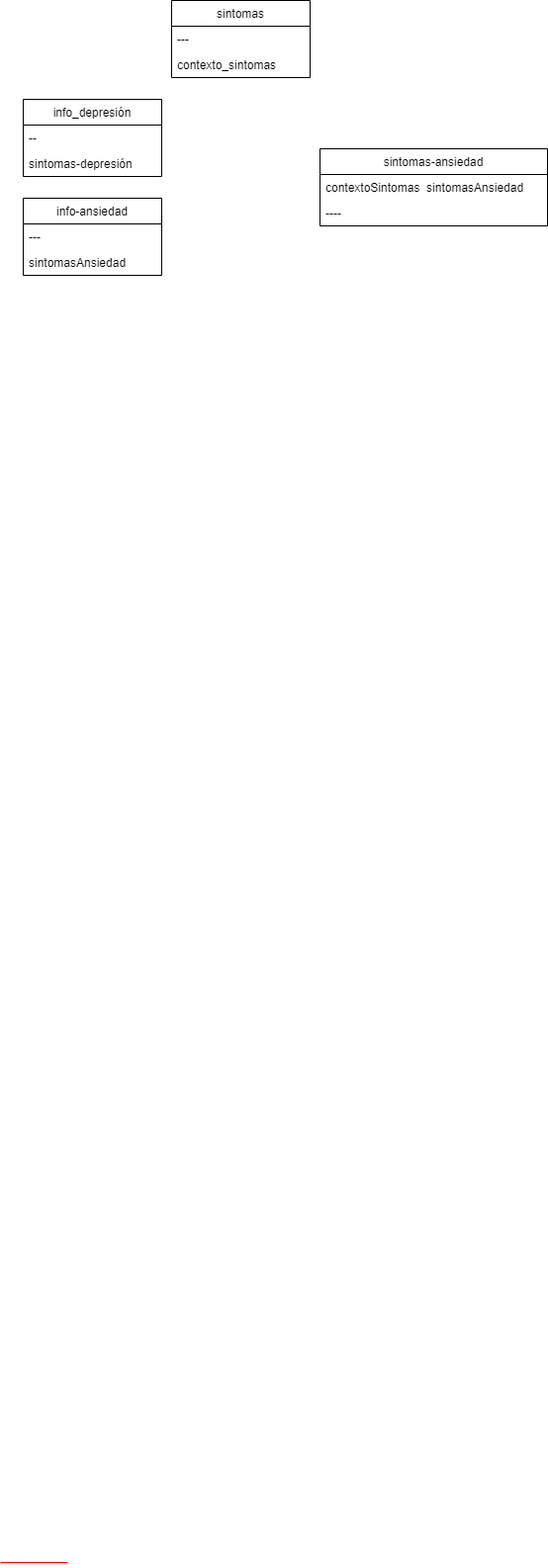
DavidMerino25/AppAnsiedadHerramientas keeps this draw.io diagram as images/intents.drawio.png. Above is the earlier version. Source tidied: cells renumbered, new cells last; positions are measured from the earlier drawing's top-left corner, leaving out a move shared by most shapes.
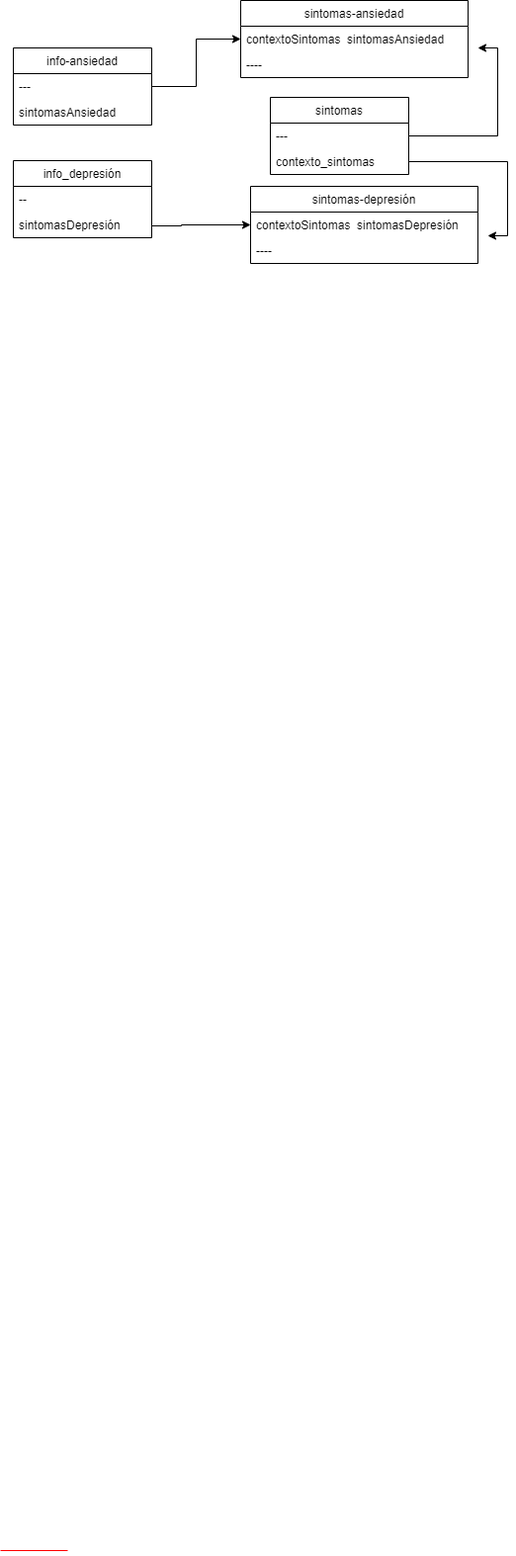
The same diagram one commit later.

The edit, as a diff of the source:
```diff
@@ -5,8 +5,11 @@
     <mxCell id="2" style="line;strokeWidth=1;html=1;rounded=1;fontSize=12;align=center;verticalAlign=middle;strokeColor=#FF0000;endFill=1;endArrow=classic;endSize=10;startSize=10;" parent="1" vertex="1">
       <mxGeometry y="1575" width="68" height="10" as="geometry" />
     </mxCell>
+    <mxCell id="15" style="edgeStyle=orthogonalEdgeStyle;rounded=0;jettySize=auto;html=1;entryX=0;entryY=0.5;entryDx=0;entryDy=0;" parent="1" edge="1" source="3" target="13">
+      <mxGeometry relative="1" as="geometry" />
+    </mxCell>
     <mxCell id="3" value="info-ansiedad" style="swimlane;fontStyle=0;horizontal=1;startSize=26;fillColor=none;" parent="1" vertex="1">
-      <mxGeometry x="23" y="200" width="140" height="78" as="geometry" />
+      <mxGeometry x="13" y="60" width="140" height="78" as="geometry" />
     </mxCell>
     <mxCell id="4" value="---" style="text;strokeColor=none;fillColor=none;align=left;verticalAlign=top;spacingLeft=4;spacingRight=4;overflow=hidden;" parent="3" vertex="1">
       <mxGeometry y="26" width="140" height="26" as="geometry" />
@@ -14,17 +17,33 @@
     <mxCell id="5" value="sintomasAnsiedad" style="text;strokeColor=none;fillColor=none;align=left;verticalAlign=top;spacingLeft=4;spacingRight=4;overflow=hidden;" parent="3" vertex="1">
       <mxGeometry y="52" width="140" height="26" as="geometry" />
     </mxCell>
+    <mxCell id="16" style="edgeStyle=orthogonalEdgeStyle;rounded=0;jettySize=auto;html=1;entryX=0;entryY=0.5;entryDx=0;entryDy=0;" parent="1" edge="1" source="6" target="19">
+      <mxGeometry relative="1" as="geometry">
+        <Array as="points">
+          <mxPoint x="183" y="240" />
+        </Array>
+      </mxGeometry>
+    </mxCell>
     <mxCell id="6" value="info_depresión" style="swimlane;fontStyle=0;horizontal=1;startSize=26;fillColor=none;" parent="1" vertex="1">
-      <mxGeometry x="23" y="100" width="140" height="78" as="geometry" />
+      <mxGeometry x="13" y="174" width="140" height="78" as="geometry" />
     </mxCell>
     <mxCell id="7" value="--" style="text;strokeColor=none;fillColor=none;align=left;verticalAlign=top;spacingLeft=4;spacingRight=4;overflow=hidden;" parent="6" vertex="1">
       <mxGeometry y="26" width="140" height="26" as="geometry" />
     </mxCell>
-    <mxCell id="8" value="sintomas-depresión" style="text;strokeColor=none;fillColor=none;align=left;verticalAlign=top;spacingLeft=4;spacingRight=4;overflow=hidden;" parent="6" vertex="1">
+    <mxCell id="8" value="sintomasDepresión" style="text;strokeColor=none;fillColor=none;align=left;verticalAlign=top;spacingLeft=4;spacingRight=4;overflow=hidden;" parent="6" vertex="1">
       <mxGeometry y="52" width="140" height="26" as="geometry" />
     </mxCell>
+    <mxCell id="17" style="edgeStyle=orthogonalEdgeStyle;rounded=0;jettySize=auto;html=1;" parent="1" edge="1" source="9">
+      <mxGeometry relative="1" as="geometry">
+        <mxPoint x="483" y="60" as="targetPoint" />
+        <Array as="points">
+          <mxPoint x="503" y="149" />
+          <mxPoint x="503" y="60" />
+        </Array>
+      </mxGeometry>
+    </mxCell>
     <mxCell id="9" value="sintomas" style="swimlane;fontStyle=0;horizontal=1;startSize=26;fillColor=none;" parent="1" vertex="1">
-      <mxGeometry x="173" width="140" height="78" as="geometry" />
+      <mxGeometry x="273" y="110" width="140" height="78" as="geometry" />
     </mxCell>
     <mxCell id="10" value="---" style="text;strokeColor=none;fillColor=none;align=left;verticalAlign=top;spacingLeft=4;spacingRight=4;overflow=hidden;" parent="9" vertex="1">
       <mxGeometry y="26" width="140" height="26" as="geometry" />
@@ -33,7 +52,7 @@
       <mxGeometry y="52" width="140" height="26" as="geometry" />
     </mxCell>
     <mxCell id="12" value="sintomas-ansiedad" style="swimlane;fontStyle=0;horizontal=1;startSize=26;fillColor=none;" parent="1" vertex="1">
-      <mxGeometry x="323" y="150" width="230" height="78" as="geometry" />
+      <mxGeometry x="243" y="12" width="230" height="78" as="geometry" />
     </mxCell>
     <mxCell id="13" value="contextoSintomas  sintomasAnsiedad" style="text;strokeColor=none;fillColor=none;align=left;verticalAlign=top;spacingLeft=4;spacingRight=4;overflow=hidden;points=[[0,0.5],[1,0.5]];portConstraint=eastwest;" parent="12" vertex="1">
       <mxGeometry y="26" width="230" height="26" as="geometry" />
@@ -41,5 +60,23 @@
     <mxCell id="14" value="----" style="text;strokeColor=none;fillColor=none;align=left;verticalAlign=top;spacingLeft=4;spacingRight=4;overflow=hidden;" parent="12" vertex="1">
       <mxGeometry y="52" width="230" height="26" as="geometry" />
     </mxCell>
+    <mxCell id="18" value="sintomas-depresión" style="swimlane;fontStyle=0;horizontal=1;startSize=26;fillColor=none;" parent="1" vertex="1">
+      <mxGeometry x="253" y="200" width="230" height="78" as="geometry" />
+    </mxCell>
+    <mxCell id="19" value="contextoSintomas  sintomasDepresión" style="text;strokeColor=none;fillColor=none;align=left;verticalAlign=top;spacingLeft=4;spacingRight=4;overflow=hidden;points=[[0,0.5],[1,0.5]];portConstraint=eastwest;" parent="18" vertex="1">
+      <mxGeometry y="26" width="230" height="26" as="geometry" />
+    </mxCell>
+    <mxCell id="20" value="----" style="text;strokeColor=none;fillColor=none;align=left;verticalAlign=top;spacingLeft=4;spacingRight=4;overflow=hidden;" parent="18" vertex="1">
+      <mxGeometry y="52" width="230" height="26" as="geometry" />
+    </mxCell>
+    <mxCell id="21" style="edgeStyle=orthogonalEdgeStyle;rounded=0;jettySize=auto;html=1;" parent="1" edge="1" source="11">
+      <mxGeometry relative="1" as="geometry">
+        <mxPoint x="493" y="250" as="targetPoint" />
+        <Array as="points">
+          <mxPoint x="513" y="175" />
+          <mxPoint x="513" y="250" />
+        </Array>
+      </mxGeometry>
+    </mxCell>
   </root>
 </mxGraphModel>
```
